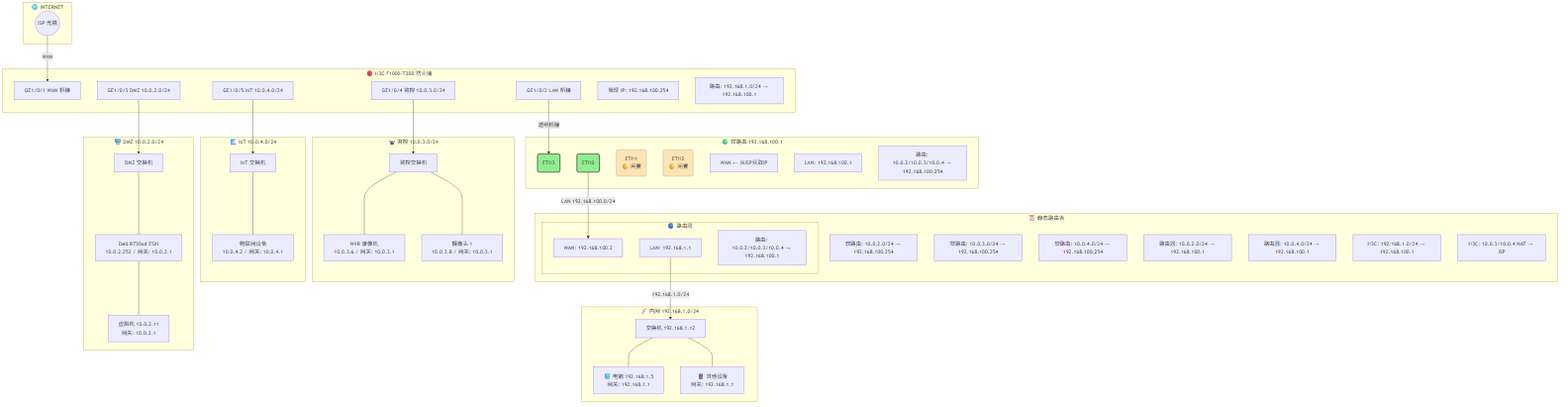
Above: source/img/topo-full.png in never-give-up-cn/myhome (Mermaid), before the change. Its source is kept beside it as source/img/topo-full.mmd.
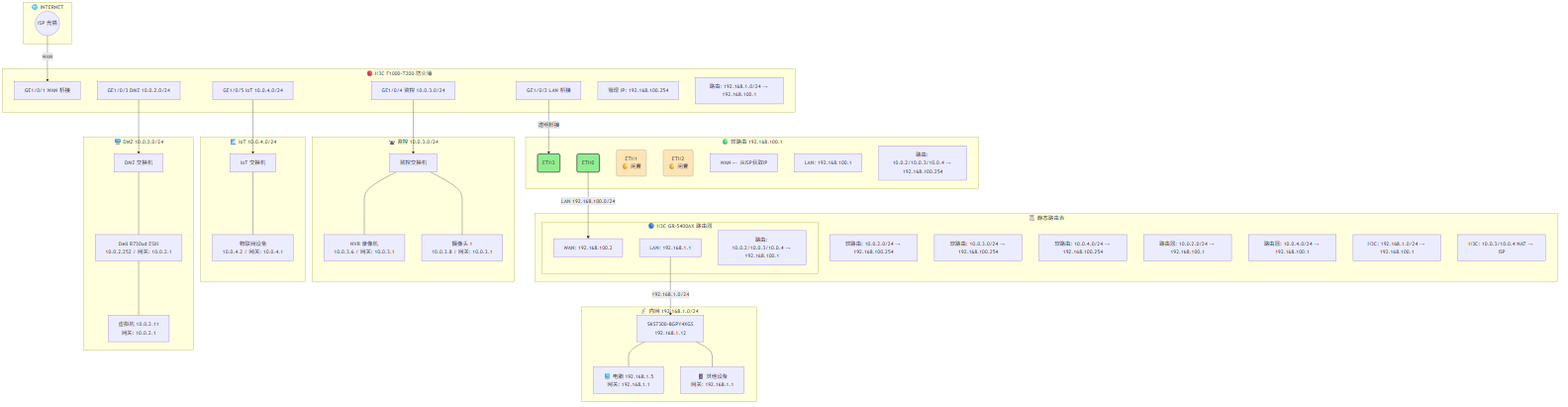
After the change.

The edit, as a diff of the source:
```diff
@@ -23,14 +23,14 @@
         SR_R["路由: 10.0.2/10.0.3/10.0.4 → 192.168.100.254"]
     end
 
-    subgraph R2["🔵 路由器"]
+    subgraph R2["🔵 H3C GR-5400AX 路由器"]
         R2_WAN["WAN: 192.168.100.2"]
         R2_LAN["LAN: 192.168.1.1"]
         R2_R["路由: 10.0.2/10.0.3/10.0.4 → 192.168.100.1"]
     end
 
     subgraph LAN["📡 内网 192.168.1.0/24"]
-        SW["交换机 192.168.1.12"]
+        SW["SKS7300-8GPY4XGS<br/>192.168.1.12"]
         PC["💻 电脑 192.168.1.5<br/>网关: 192.168.1.1"]
         OTHER["📱 其他设备<br/>网关: 192.168.1.1"]
     end
```
